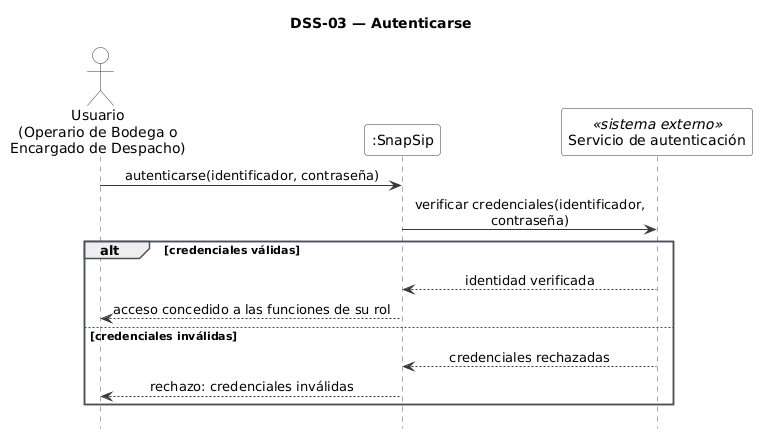
Earlier version of the PlantUML export diagramas/dss-03.png (Foyzen-Kaze/snapsip).
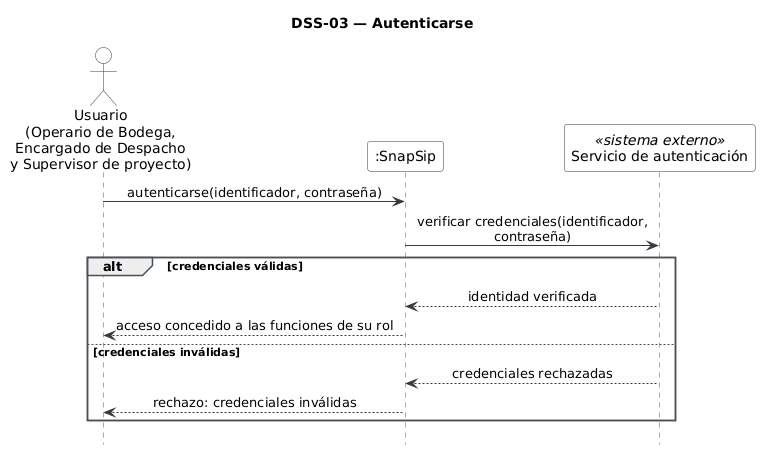
Later version of the same file.

Commit message:
Diagramas y su documentacion actualizados

Change to the diagram source:
```diff
@@ -14,7 +14,7 @@
   GroupBorderColor #495057
 }
 
-actor "Usuario\n(Operario de Bodega o\nEncargado de Despacho)" as U
+actor "Usuario\n(Operario de Bodega,\nEncargado de Despacho\ny Supervisor de proyecto)" as U
 participant ":SnapSip" as SS
 participant "Servicio de autenticación" as AUT <<sistema externo>>
 
```
